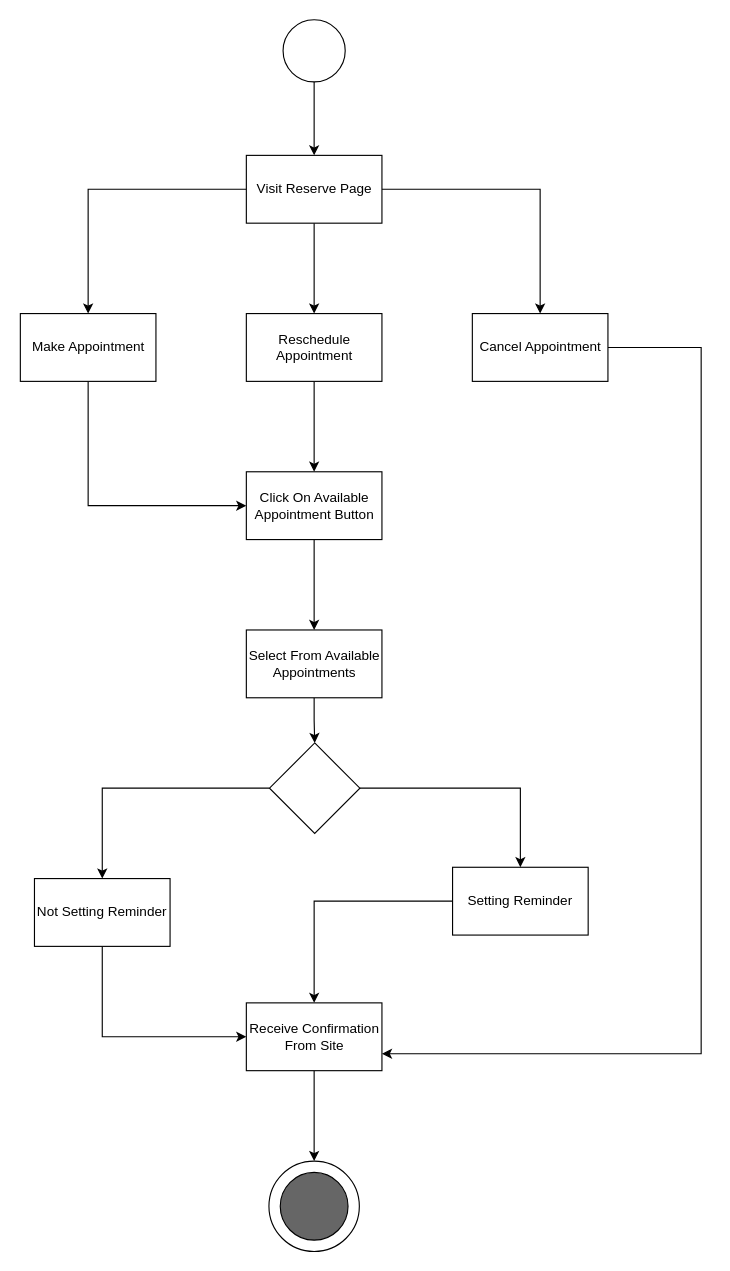
This is Reserve Activity Diagram.drawio from mohammadamir98/Sama_sw1, a draw.io file, before an edit. Source tidied: cells renumbered, new cells numbered last; positions are measured from the earlier drawing's top-left corner, leaving out a move shared by most shapes. Both pictures are drawn from the tidied source at 113%, with x=0, y=0 at pixel (20, 19).
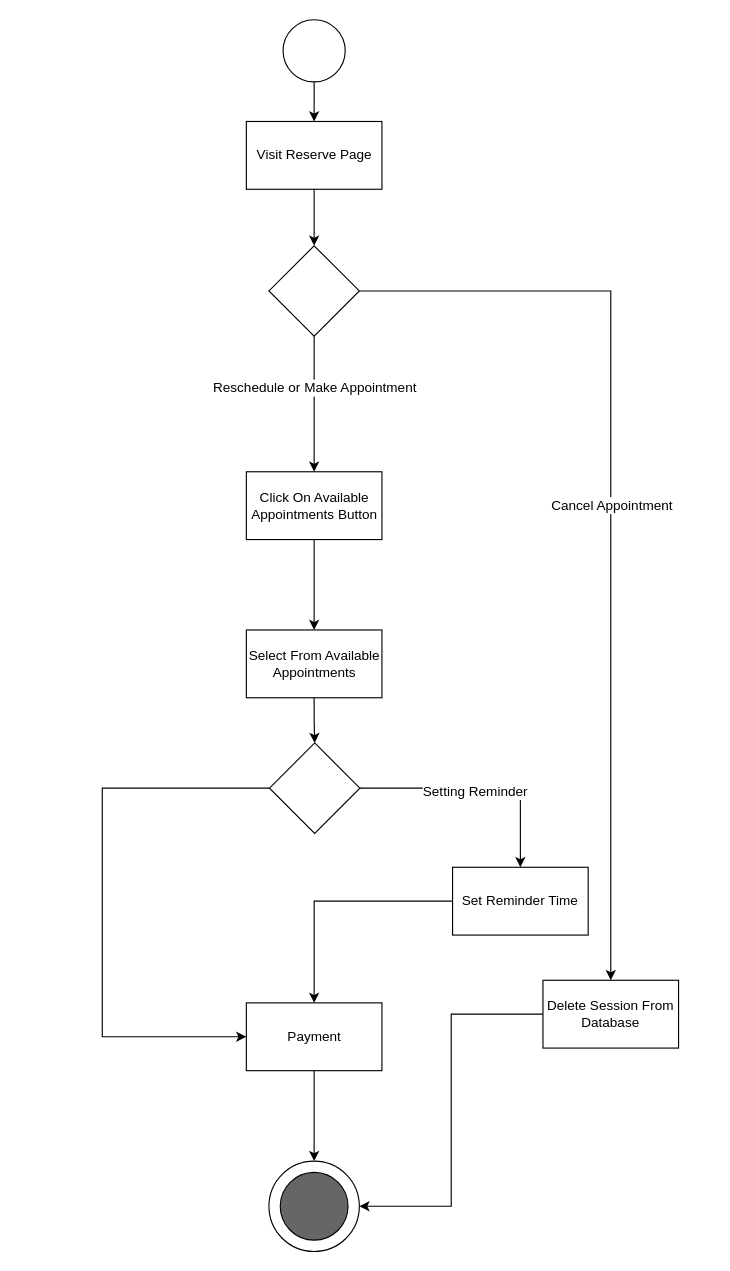
After the change.

The change refers to these unchanged cells:
```xml
<mxCell id="18" style="ellipse;whiteSpace=wrap;html=1;shadow=0;fillColor=#FFFFFF;gradientColor=none;" parent="1" vertex="1">
  <mxGeometry x="219.5" y="1010" width="80" height="80" as="geometry" />
</mxCell>
<mxCell id="20" style="edgeStyle=orthogonalEdgeStyle;rounded=0;jettySize=auto;html=1;" parent="1" edge="1" source="22" target="24">
  <mxGeometry relative="1" as="geometry" />
</mxCell>
<mxCell id="22" style="rhombus;whiteSpace=wrap;html=1;" parent="1" vertex="1">
  <mxGeometry x="220" y="640" width="80" height="80" as="geometry" />
</mxCell>
```

Change to the diagram source:
```diff
@@
-    <mxCell id="4" style="edgeStyle=orthogonalEdgeStyle;rounded=0;jettySize=auto;html=1;" parent="1" edge="1" source="7" target="17">
-      <mxGeometry relative="1" as="geometry" />
-    </mxCell>
-    <mxCell id="5" style="edgeStyle=orthogonalEdgeStyle;rounded=0;jettySize=auto;html=1;" parent="1" edge="1" source="7" target="11">
-      <mxGeometry relative="1" as="geometry" />
-    </mxCell>
-    <mxCell id="6" style="edgeStyle=orthogonalEdgeStyle;rounded=0;jettySize=auto;html=1;" parent="1" edge="1" source="7" target="9">
-      <mxGeometry relative="1" as="geometry" />
-    </mxCell>
+    <mxCell id="29" style="edgeStyle=orthogonalEdgeStyle;rounded=0;jettySize=auto;html=1;" parent="1" edge="1" source="7" target="34">
+      <mxGeometry relative="1" as="geometry" />
+    </mxCell>
     <mxCell id="7" value="Visit Reserve Page" style="rounded=0;whiteSpace=wrap;html=1;" parent="1" vertex="1">
-      <mxGeometry x="199.5" y="120" width="120" height="60" as="geometry" />
+      <mxGeometry x="199.5" y="90" width="120" height="60" as="geometry" />
     </mxCell>
-    <mxCell id="8" style="edgeStyle=orthogonalEdgeStyle;rounded=0;jettySize=auto;html=1;entryX=0;entryY=0.5;entryDx=0;entryDy=0;" parent="1" edge="1" source="9" target="13">
-      <mxGeometry relative="1" as="geometry">
-        <Array as="points">
-          <mxPoint x="60" y="430" />
-        </Array>
-      </mxGeometry>
-    </mxCell>
-    <mxCell id="9" value="Make Appointment" style="rounded=0;whiteSpace=wrap;html=1;" parent="1" vertex="1">
-      <mxGeometry x="-0.5" y="260" width="120" height="60" as="geometry" />
-    </mxCell>
-    <mxCell id="10" style="edgeStyle=orthogonalEdgeStyle;rounded=0;jettySize=auto;html=1;" parent="1" edge="1" source="11" target="13">
-      <mxGeometry relative="1" as="geometry" />
-    </mxCell>
-    <mxCell id="11" value="Reschedule Appointment&lt;br&gt;" style="rounded=0;whiteSpace=wrap;html=1;" parent="1" vertex="1">
-      <mxGeometry x="199.5" y="260" width="120" height="60" as="geometry" />
-    </mxCell>
@@
-    <mxCell id="13" value="Click On Available Appointment Button&lt;br&gt;" style="rounded=0;whiteSpace=wrap;html=1;" parent="1" vertex="1">
+    <mxCell id="13" value="Click On Available Appointments Button&lt;br&gt;" style="rounded=0;whiteSpace=wrap;html=1;" parent="1" vertex="1">
       <mxGeometry x="199.5" y="400" width="120" height="60" as="geometry" />
     </mxCell>
@@
-    <mxCell id="16" style="edgeStyle=orthogonalEdgeStyle;rounded=0;jettySize=auto;html=1;entryX=1;entryY=0.75;entryDx=0;entryDy=0;" parent="1" edge="1" source="17" target="28">
-      <mxGeometry relative="1" as="geometry">
-        <Array as="points">
-          <mxPoint x="602" y="290" />
-          <mxPoint x="602" y="915" />
-        </Array>
-      </mxGeometry>
-    </mxCell>
-    <mxCell id="17" value="Cancel Appointment" style="rounded=0;whiteSpace=wrap;html=1;" parent="1" vertex="1">
-      <mxGeometry x="399.5" y="260" width="120" height="60" as="geometry" />
-    </mxCell>
@@
-    <mxCell id="21" style="edgeStyle=orthogonalEdgeStyle;rounded=0;jettySize=auto;html=1;" parent="1" edge="1" source="22" target="26">
-      <mxGeometry relative="1" as="geometry" />
-    </mxCell>
+    <mxCell id="30" value="Setting Reminder&lt;br&gt;" style="text;html=1;align=center;verticalAlign=middle;labelBackgroundColor=#ffffff;" parent="20" vertex="1">
+      <mxGeometry x="-0.05" y="-2" relative="1" as="geometry" />
+    </mxCell>
@@
-    <mxCell id="24" value="Setting Reminder" style="rounded=0;whiteSpace=wrap;html=1;" parent="1" vertex="1">
+    <mxCell id="24" value="Set Reminder Time" style="rounded=0;whiteSpace=wrap;html=1;" parent="1" vertex="1">
       <mxGeometry x="382" y="750" width="120" height="60" as="geometry" />
     </mxCell>
-    <mxCell id="25" style="edgeStyle=orthogonalEdgeStyle;rounded=0;jettySize=auto;html=1;" parent="1" edge="1" source="26" target="28">
+    <mxCell id="25" style="edgeStyle=orthogonalEdgeStyle;rounded=0;jettySize=auto;html=1;exitX=0;exitY=0.5;exitDx=0;exitDy=0;" parent="1" edge="1" source="22" target="28">
       <mxGeometry relative="1" as="geometry">
         <Array as="points">
+          <mxPoint x="72" y="680" />
           <mxPoint x="72" y="900" />
         </Array>
       </mxGeometry>
     </mxCell>
-    <mxCell id="26" value="Not Setting Reminder" style="rounded=0;whiteSpace=wrap;html=1;" parent="1" vertex="1">
-      <mxGeometry x="12" y="760" width="120" height="60" as="geometry" />
-    </mxCell>
@@
-    <mxCell id="28" value="Receive Confirmation From Site" style="rounded=0;whiteSpace=wrap;html=1;" parent="1" vertex="1">
+    <mxCell id="28" value="Payment" style="rounded=0;whiteSpace=wrap;html=1;" parent="1" vertex="1">
       <mxGeometry x="199.5" y="870" width="120" height="60" as="geometry" />
     </mxCell>
+    <mxCell id="31" style="edgeStyle=orthogonalEdgeStyle;rounded=0;jettySize=auto;html=1;entryX=0.5;entryY=0;entryDx=0;entryDy=0;" parent="1" edge="1" source="34" target="36">
+      <mxGeometry relative="1" as="geometry" />
+    </mxCell>
+    <mxCell id="17" value="Cancel Appointment" style="text;html=1;points=[];align=center;verticalAlign=middle;labelBackgroundColor=#ffffff;" parent="31" vertex="1">
+      <mxGeometry x="-0.01" relative="1" as="geometry" />
+    </mxCell>
+    <mxCell id="32" style="edgeStyle=orthogonalEdgeStyle;rounded=0;jettySize=auto;html=1;entryX=0.5;entryY=0;entryDx=0;entryDy=0;" parent="1" edge="1" source="34" target="13">
+      <mxGeometry relative="1" as="geometry" />
+    </mxCell>
+    <mxCell id="33" value="Reschedule or Make Appointment" style="text;html=1;align=center;verticalAlign=middle;labelBackgroundColor=#ffffff;" parent="32" vertex="1">
+      <mxGeometry x="-0.25" relative="1" as="geometry" />
+    </mxCell>
+    <mxCell id="34" style="rhombus;whiteSpace=wrap;html=1;" parent="1" vertex="1">
+      <mxGeometry x="219.5" y="200" width="80" height="80" as="geometry" />
+    </mxCell>
+    <mxCell id="35" style="edgeStyle=orthogonalEdgeStyle;rounded=0;jettySize=auto;html=1;entryX=1;entryY=0.5;entryDx=0;entryDy=0;" parent="1" edge="1" source="36" target="18">
+      <mxGeometry relative="1" as="geometry" />
+    </mxCell>
+    <mxCell id="36" value="Delete Session From Database" style="rounded=0;whiteSpace=wrap;html=1;" parent="1" vertex="1">
+      <mxGeometry x="462" y="850" width="120" height="60" as="geometry" />
+    </mxCell>
```
